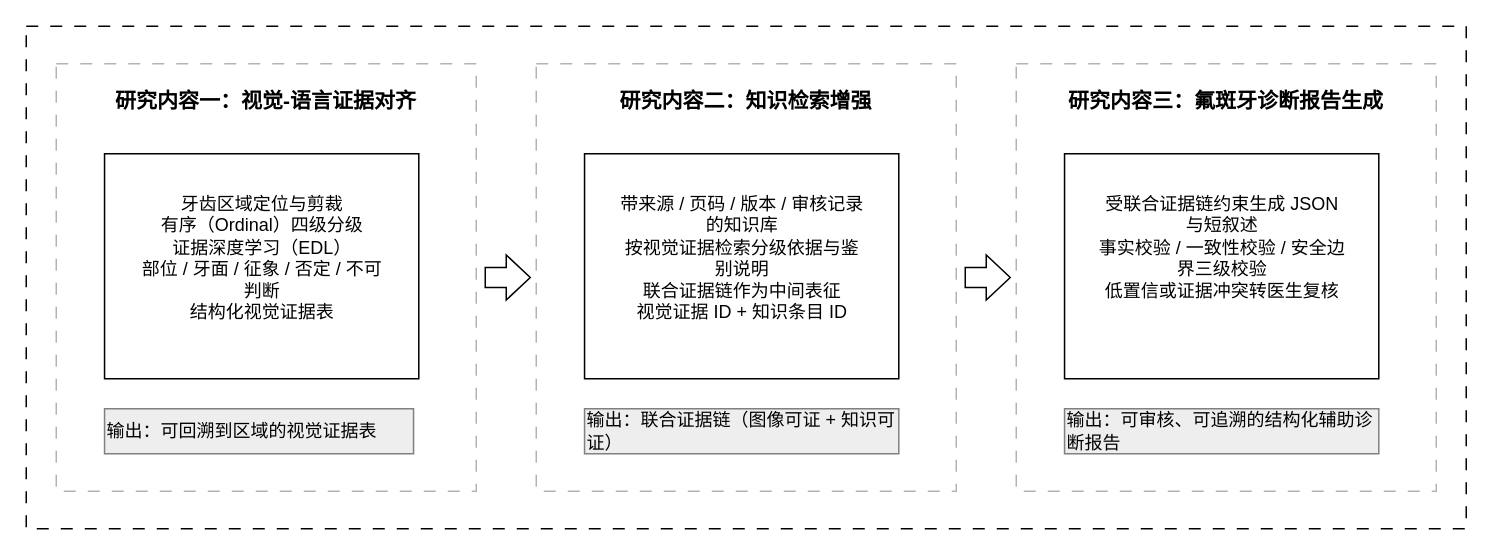
Above: ThesisProposal/draft/开题报告-cc-v3/figures/图三研究内容.drawio in XiaoHG/medical-report-generation (draw.io), before the change. Source tidied: cells renumbered, new cells numbered last; positions are measured from the earlier drawing's top-left corner, leaving out a move shared by most shapes. Both pictures are drawn from the tidied source at 150%, with x=0, y=0 at pixel (26, 26).
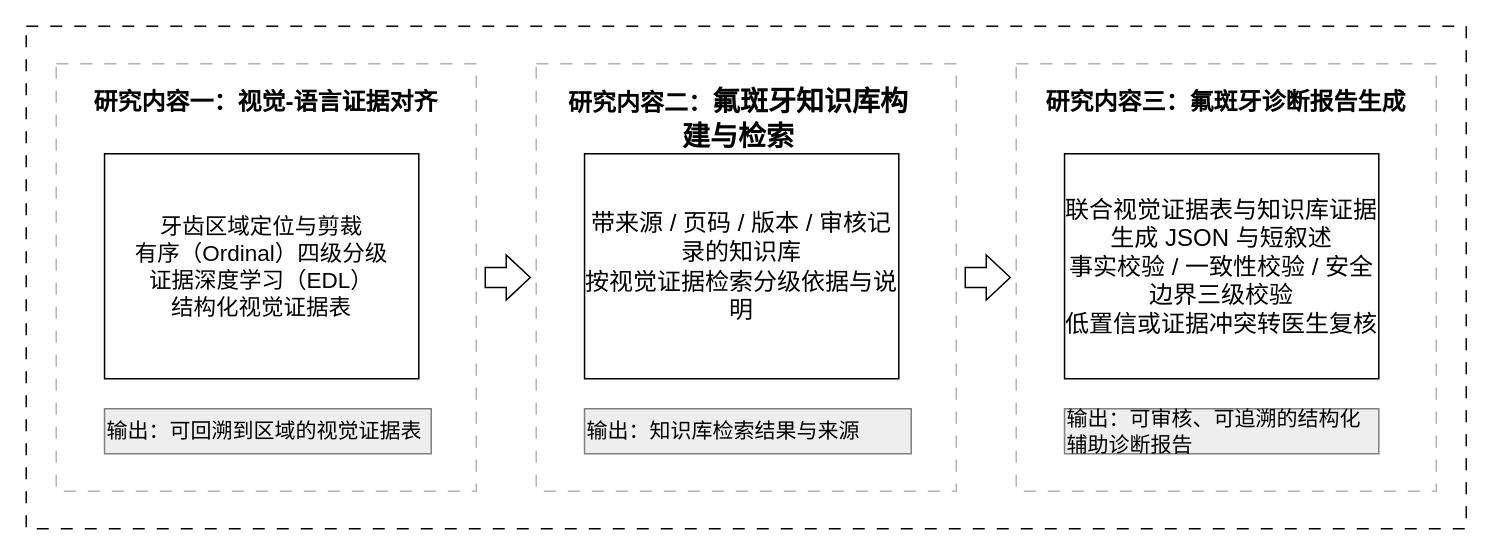
Above is the later version.

What changed in the source:
```diff
@@
 <mxGraphModel>
   <root>
     <mxCell id="0" />
     <mxCell id="1" parent="0" />
     <mxCell id="2" style="rounded=0;whiteSpace=wrap;html=1;dashed=1;dashPattern=8 8;" parent="1" vertex="1">
       <mxGeometry width="960" height="335" as="geometry" />
     </mxCell>
     <mxCell id="3" style="rounded=0;whiteSpace=wrap;html=1;fillColor=none;dashed=1;dashPattern=8 8;strokeColor=#B3B3B3;" parent="1" vertex="1">
       <mxGeometry x="20" y="25" width="280" height="285" as="geometry" />
     </mxCell>
-    <mxCell id="4" value="研究内容一：视觉-语言证据对齐" style="text;html=1;whiteSpace=wrap;strokeColor=none;fillColor=none;align=center;verticalAlign=middle;rounded=0;fontStyle=1;fontSize=14;" parent="1" vertex="1">
+    <mxCell id="4" value="研究内容一：视觉-语言证据对齐" style="text;html=1;whiteSpace=wrap;strokeColor=none;fillColor=none;align=center;verticalAlign=middle;rounded=0;fontStyle=1;fontSize=16;" parent="1" vertex="1">
       <mxGeometry x="40" y="35" width="240" height="30" as="geometry" />
     </mxCell>
-    <mxCell id="5" style="rounded=0;whiteSpace=wrap;html=1;" parent="1" vertex="1">
+    <mxCell id="5" value="&lt;span style=&quot;font-size: 15px;&quot;&gt;牙齿区域定位与剪裁&lt;/span&gt;&lt;br style=&quot;font-size: 15px;&quot;&gt;&lt;span style=&quot;font-size: 15px;&quot;&gt;有序（Ordinal）四级分级&lt;/span&gt;&lt;br style=&quot;font-size: 15px;&quot;&gt;&lt;span style=&quot;font-size: 15px;&quot;&gt;证据深度学习（EDL）&lt;/span&gt;&lt;br style=&quot;font-size: 15px;&quot;&gt;&lt;span style=&quot;font-size: 15px;&quot;&gt;结构化视觉证据表&lt;/span&gt;" style="rounded=0;whiteSpace=wrap;html=1;" parent="1" vertex="1">
       <mxGeometry x="52.2" y="85" width="209.5" height="150" as="geometry" />
     </mxCell>
-    <mxCell id="6" value="输出：可回溯到区域的视觉证据表" style="text;html=1;whiteSpace=wrap;strokeColor=#808080;fillColor=#eeeeee;align=left;verticalAlign=middle;rounded=0;" parent="1" vertex="1">
-      <mxGeometry x="52.2" y="255" width="206" height="30" as="geometry" />
+    <mxCell id="6" value="输出：可回溯到区域的视觉证据表" style="text;html=1;whiteSpace=wrap;strokeColor=#808080;fillColor=#eeeeee;align=left;verticalAlign=middle;rounded=0;fontSize=14;" parent="1" vertex="1">
+      <mxGeometry x="52.2" y="255" width="217.8" height="30" as="geometry" />
     </mxCell>
-    <mxCell id="7" value="牙齿区域定位与剪裁&lt;br&gt;有序（Ordinal）四级分级&lt;br&gt;证据深度学习（EDL）&lt;br&gt;部位 / 牙面 / 征象 / 否定 / 不可判断&lt;br&gt;结构化视觉证据表" style="text;html=1;whiteSpace=wrap;strokeColor=none;fillColor=none;align=center;verticalAlign=top;rounded=0;fontSize=12;" parent="1" vertex="1">
-      <mxGeometry x="72.8" y="104.5" width="168.5" height="111" as="geometry" />
-    </mxCell>
     <mxCell id="8" style="rounded=0;whiteSpace=wrap;html=1;fillColor=none;dashed=1;dashPattern=8 8;strokeColor=#B3B3B3;" parent="1" vertex="1">
       <mxGeometry x="340" y="25" width="280" height="285" as="geometry" />
     </mxCell>
-    <mxCell id="9" value="&lt;span style=&quot;text-align: left;&quot;&gt;研究内容二：知识检索增强&lt;/span&gt;" style="text;html=1;whiteSpace=wrap;strokeColor=none;fillColor=none;align=center;verticalAlign=middle;rounded=0;fontStyle=1;fontSize=14;" parent="1" vertex="1">
-      <mxGeometry x="360" y="35" width="240" height="30" as="geometry" />
+    <mxCell id="9" value="&lt;span style=&quot;text-align: left;&quot;&gt;研究内容二：&lt;/span&gt;&lt;b&gt;&lt;span style=&quot;font-family: 楷体; font-size: 14pt;&quot;&gt;氟斑牙知识库构建与检索&lt;/span&gt;&lt;/b&gt;" style="text;html=1;whiteSpace=wrap;strokeColor=none;fillColor=none;align=center;verticalAlign=middle;rounded=0;fontStyle=1;fontSize=16;" parent="1" vertex="1">
+      <mxGeometry x="360" y="32" width="230" height="60" as="geometry" />
     </mxCell>
-    <mxCell id="10" style="rounded=0;whiteSpace=wrap;html=1;" parent="1" vertex="1">
+    <mxCell id="10" value="带来源 / 页码 / 版本 / 审核记录的知识库&lt;br&gt;按视觉证据检索分级依据与说明" style="rounded=0;whiteSpace=wrap;html=1;fontSize=16;" parent="1" vertex="1">
       <mxGeometry x="372.2" y="85" width="209.5" height="150" as="geometry" />
     </mxCell>
-    <mxCell id="11" value="输出：联合证据链（图像可证 + 知识可证）" style="text;html=1;whiteSpace=wrap;strokeColor=#808080;fillColor=#eeeeee;align=left;verticalAlign=middle;rounded=0;" parent="1" vertex="1">
-      <mxGeometry x="372.2" y="255" width="209.5" height="30" as="geometry" />
+    <mxCell id="11" value="输出：知识库检索结果与来源" style="text;html=1;whiteSpace=wrap;strokeColor=#808080;fillColor=#eeeeee;align=left;verticalAlign=middle;rounded=0;fontSize=14;" parent="1" vertex="1">
+      <mxGeometry x="372.2" y="255" width="217.8" height="30" as="geometry" />
     </mxCell>
-    <mxCell id="12" value="带来源 / 页码 / 版本 / 审核记录的知识库&lt;br&gt;按视觉证据检索分级依据与鉴别说明&lt;br&gt;联合证据链作为中间表征&lt;br&gt;视觉证据 ID + 知识条目 ID" style="text;html=1;whiteSpace=wrap;strokeColor=none;fillColor=none;align=center;verticalAlign=top;rounded=0;fontSize=12;" parent="1" vertex="1">
-      <mxGeometry x="392.8" y="104.5" width="168.5" height="111" as="geometry" />
-    </mxCell>
     <mxCell id="13" style="rounded=0;whiteSpace=wrap;html=1;fillColor=none;dashed=1;dashPattern=8 8;strokeColor=#B3B3B3;" parent="1" vertex="1">
       <mxGeometry x="660" y="25" width="280" height="285" as="geometry" />
     </mxCell>
-    <mxCell id="14" value="&lt;span style=&quot;text-align: left;&quot;&gt;研究内容三：氟斑牙诊断报告生成&lt;/span&gt;" style="text;html=1;whiteSpace=wrap;strokeColor=none;fillColor=none;align=center;verticalAlign=middle;rounded=0;fontStyle=1;fontSize=14;" parent="1" vertex="1">
-      <mxGeometry x="680" y="35" width="240" height="30" as="geometry" />
+    <mxCell id="14" value="&lt;span style=&quot;text-align: left;&quot;&gt;研究内容三：氟斑牙诊断报告生成&lt;/span&gt;" style="text;html=1;whiteSpace=wrap;strokeColor=none;fillColor=none;align=center;verticalAlign=middle;rounded=0;fontStyle=1;fontSize=16;" parent="1" vertex="1">
+      <mxGeometry x="675" y="35" width="250" height="30" as="geometry" />
     </mxCell>
-    <mxCell id="15" style="rounded=0;whiteSpace=wrap;html=1;" parent="1" vertex="1">
+    <mxCell id="15" value="联合视觉证据表与知识库证据生成 JSON 与短叙述&lt;br&gt;事实校验 / 一致性校验 / 安全边界三级校验&lt;br&gt;低置信或证据冲突转医生复核" style="rounded=0;whiteSpace=wrap;html=1;fontSize=16;" parent="1" vertex="1">
       <mxGeometry x="692.2" y="85" width="209.5" height="150" as="geometry" />
     </mxCell>
-    <mxCell id="16" value="输出：可审核、可追溯的结构化辅助诊断报告" style="text;html=1;whiteSpace=wrap;strokeColor=#808080;fillColor=#eeeeee;align=left;verticalAlign=middle;rounded=0;" parent="1" vertex="1">
+    <mxCell id="16" value="输出：可审核、可追溯的结构化辅助诊断报告" style="text;html=1;whiteSpace=wrap;strokeColor=#808080;fillColor=#eeeeee;align=left;verticalAlign=middle;rounded=0;fontSize=14;" parent="1" vertex="1">
       <mxGeometry x="692.2" y="255" width="209.5" height="30" as="geometry" />
     </mxCell>
-    <mxCell id="17" value="受联合证据链约束生成 JSON 与短叙述&lt;br&gt;事实校验 / 一致性校验 / 安全边界三级校验&lt;br&gt;低置信或证据冲突转医生复核" style="text;html=1;whiteSpace=wrap;strokeColor=none;fillColor=none;align=center;verticalAlign=top;rounded=0;fontSize=12;" parent="1" vertex="1">
-      <mxGeometry x="712.8" y="104.5" width="168.5" height="111" as="geometry" />
-    </mxCell>
     <mxCell id="18" style="shape=singleArrow;whiteSpace=wrap;html=1;arrowWidth=0.4399999999999977;arrowSize=0.5333333333333333;" parent="1" vertex="1">
       <mxGeometry x="306" y="152.5" width="30" height="30" as="geometry" />
     </mxCell>
     <mxCell id="19" style="shape=singleArrow;whiteSpace=wrap;html=1;arrowWidth=0.4399999999999977;arrowSize=0.5333333333333333;" parent="1" vertex="1">
       <mxGeometry x="626" y="152.5" width="30" height="30" as="geometry" />
     </mxCell>
   </root>
 </mxGraphModel>
```
